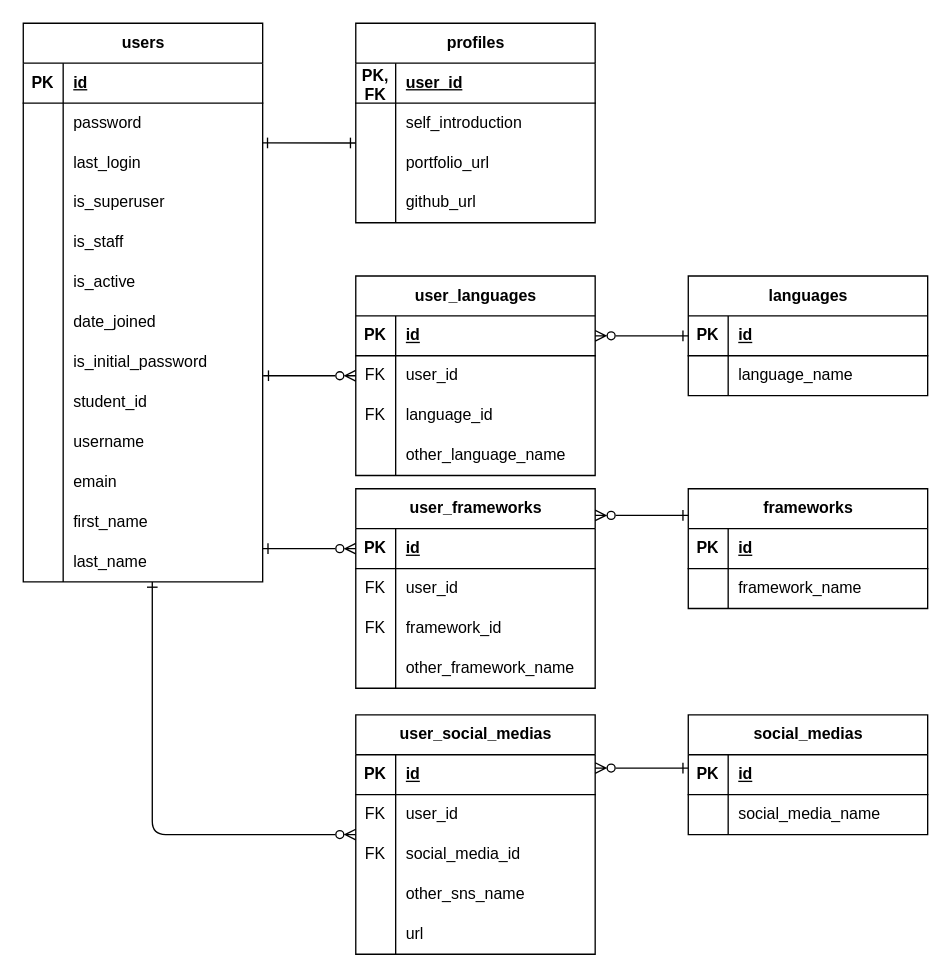
The draw.io diagram docs/db-er.dio in kuwaharu-git/school-app, before the edit. Source tidied: cells renumbered, new cells numbered last; positions are measured from the earlier drawing's top-left corner, leaving out a move shared by most shapes. Both pictures are drawn from the tidied source at 133%, with x=0, y=0 at pixel (23, 23).
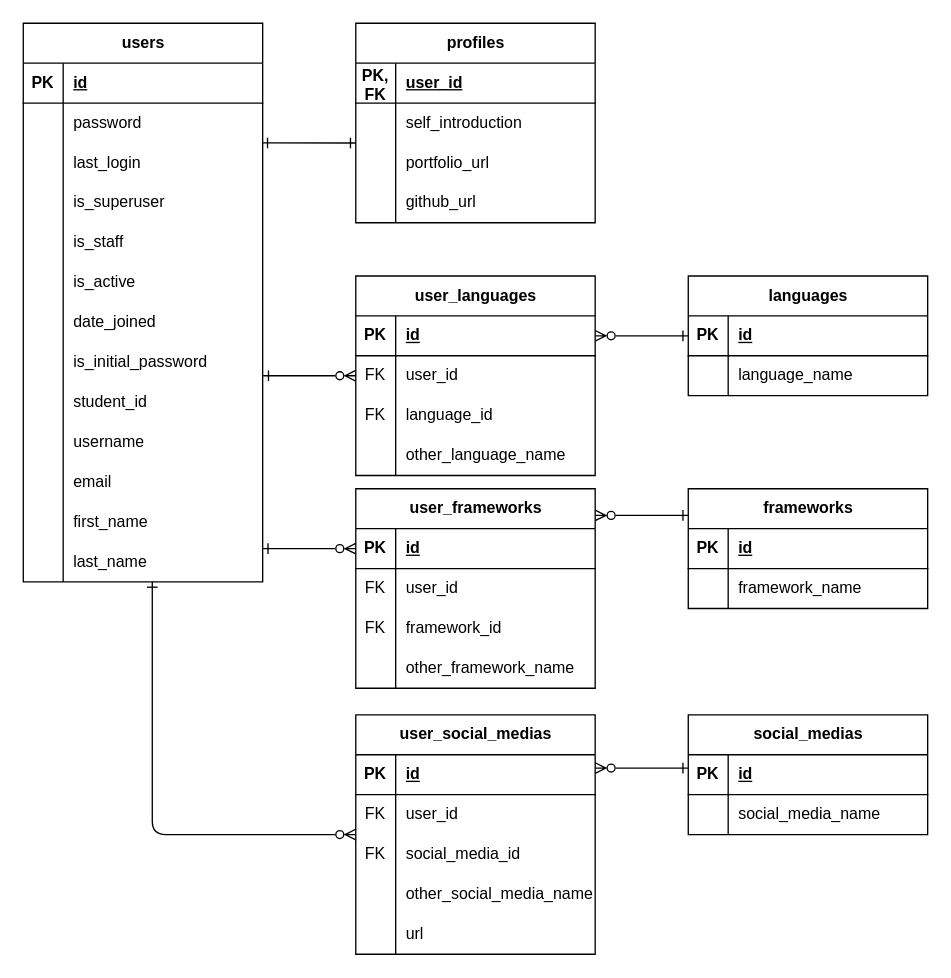
The same page after the edit.

Commit message:
カラム名を修正

Unchanged cells that the change refers to:
```xml
<mxCell id="33" style="shape=tableRow;horizontal=0;startSize=0;swimlaneHead=0;swimlaneBody=0;fillColor=none;top=0;left=0;right=0;bottom=0;" parent="2" vertex="1">
  <mxGeometry y="330" width="180" height="30" as="geometry" />
</mxCell>
<mxCell id="109" style="shape=tableRow;horizontal=0;startSize=0;swimlaneHead=0;swimlaneBody=0;fillColor=none;top=0;left=0;right=0;bottom=0;" parent="99" vertex="1">
  <mxGeometry y="120" width="180" height="30" as="geometry" />
</mxCell>
```

What changed in the source:
```diff
@@
-    <mxCell id="35" value="emain" style="shape=partialRectangle;fillColor=none;top=0;left=0;bottom=0;right=0;align=left;spacingLeft=6;overflow=hidden;whiteSpace=wrap;html=1;" parent="33" vertex="1">
+    <mxCell id="35" value="email" style="shape=partialRectangle;fillColor=none;top=0;left=0;bottom=0;right=0;align=left;spacingLeft=6;overflow=hidden;whiteSpace=wrap;html=1;" parent="33" vertex="1">
       <mxGeometry x="30" width="150" height="30" as="geometry" />
     </mxCell>
@@
-    <mxCell id="111" value="other_sns_name" style="shape=partialRectangle;fillColor=none;top=0;left=0;bottom=0;right=0;align=left;spacingLeft=6;overflow=hidden;whiteSpace=wrap;html=1;" parent="109" vertex="1">
+    <mxCell id="111" value="other_social_media_name" style="shape=partialRectangle;fillColor=none;top=0;left=0;bottom=0;right=0;align=left;spacingLeft=6;overflow=hidden;whiteSpace=wrap;html=1;" parent="109" vertex="1">
       <mxGeometry x="30" width="150" height="30" as="geometry" />
     </mxCell>
```
